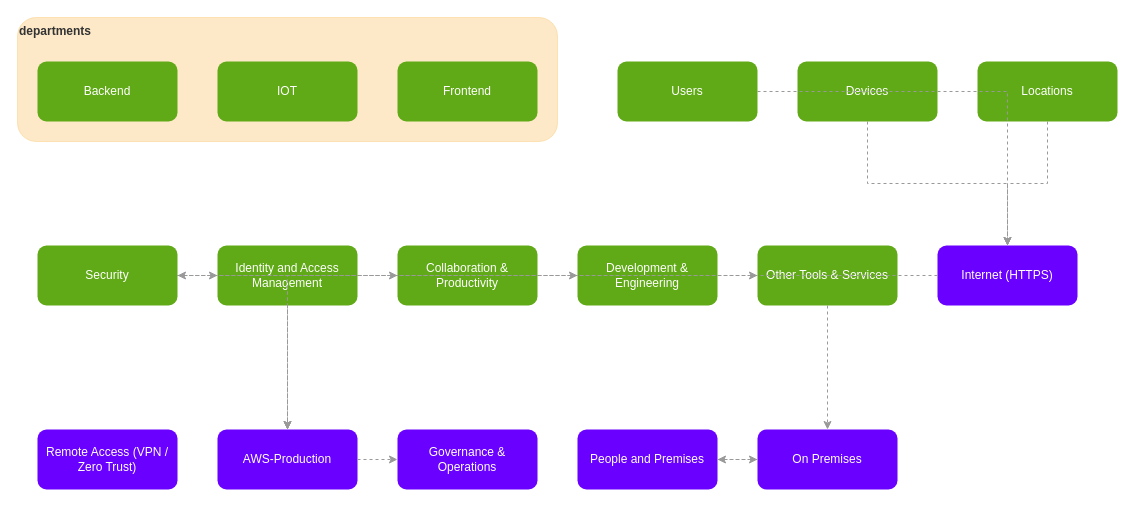
The draw.io diagram page "NTV360" (1 of 14) of architecture.drawio in honerl/company-architecture, before the edit. Source tidied: cells renumbered, new cells numbered last; positions are measured from the earlier drawing's top-left corner, leaving out a move shared by most shapes. Both pictures are drawn from the tidied source at 100%, with x=0, y=0 at pixel (17, 17).
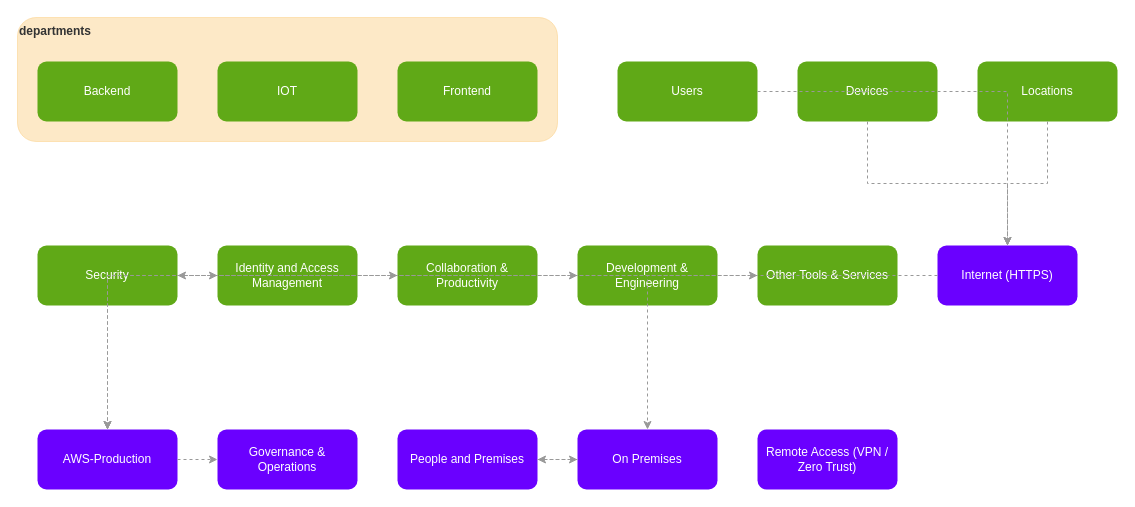
The same page after the edit.

Unchanged cells that the change refers to:
```xml
<mxCell id="7" value="Identity and Access Management" style="rounded=1;whiteSpace=wrap;html=1;fillColor=#60a917;fontColor=#ffffff;strokeColor=none;" parent="1" vertex="1">
  <mxGeometry x="200" y="228" width="140" height="60" as="geometry" />
</mxCell>
<mxCell id="8" value="Collaboration &amp; Productivity" style="rounded=1;whiteSpace=wrap;html=1;fillColor=#60a917;fontColor=#ffffff;strokeColor=none;" parent="1" vertex="1">
  <mxGeometry x="380" y="228" width="140" height="60" as="geometry" />
</mxCell>
<mxCell id="9" value="Development &amp; Engineering" style="rounded=1;whiteSpace=wrap;html=1;fillColor=#60a917;fontColor=#ffffff;strokeColor=none;" parent="1" vertex="1">
  <mxGeometry x="560" y="228" width="140" height="60" as="geometry" />
</mxCell>
<mxCell id="10" value="Other Tools &amp; Services" style="rounded=1;whiteSpace=wrap;html=1;fillColor=#60a917;fontColor=#ffffff;strokeColor=none;" parent="1" vertex="1">
  <mxGeometry x="740" y="228" width="140" height="60" as="geometry" />
</mxCell>
```

Diff of the diagram source:
```diff
@@
-    <mxCell id="15" value="Remote Access (VPN / Zero Trust)" style="rounded=1;whiteSpace=wrap;html=1;fillColor=#6a00ff;fontColor=#ffffff;strokeColor=none;" parent="1" vertex="1">
+    <mxCell id="15" value="AWS-Production" style="rounded=1;whiteSpace=wrap;html=1;fillColor=#6a00ff;fontColor=#ffffff;strokeColor=none;" parent="1" vertex="1">
       <mxGeometry x="20" y="412" width="140" height="60" as="geometry" />
     </mxCell>
-    <mxCell id="16" value="AWS-Production" style="rounded=1;whiteSpace=wrap;html=1;fillColor=#6a00ff;fontColor=#ffffff;strokeColor=none;" parent="1" vertex="1">
+    <mxCell id="16" value="Governance &amp; Operations" style="rounded=1;whiteSpace=wrap;html=1;fillColor=#6a00ff;fontColor=#ffffff;strokeColor=none;" parent="1" vertex="1">
       <mxGeometry x="200" y="412" width="140" height="60" as="geometry" />
     </mxCell>
-    <mxCell id="17" value="Governance &amp; Operations" style="rounded=1;whiteSpace=wrap;html=1;fillColor=#6a00ff;fontColor=#ffffff;strokeColor=none;" parent="1" vertex="1">
+    <mxCell id="17" value="People and Premises" style="rounded=1;whiteSpace=wrap;html=1;fillColor=#6a00ff;fontColor=#ffffff;strokeColor=none;" parent="1" vertex="1">
       <mxGeometry x="380" y="412" width="140" height="60" as="geometry" />
     </mxCell>
-    <mxCell id="18" value="People and Premises" style="rounded=1;whiteSpace=wrap;html=1;fillColor=#6a00ff;fontColor=#ffffff;strokeColor=none;" parent="1" vertex="1">
+    <mxCell id="18" value="On Premises" style="rounded=1;whiteSpace=wrap;html=1;fillColor=#6a00ff;fontColor=#ffffff;strokeColor=none;" parent="1" vertex="1">
       <mxGeometry x="560" y="412" width="140" height="60" as="geometry" />
     </mxCell>
-    <mxCell id="19" value="On Premises" style="rounded=1;whiteSpace=wrap;html=1;fillColor=#6a00ff;fontColor=#ffffff;strokeColor=none;" parent="1" vertex="1">
+    <mxCell id="19" value="Remote Access (VPN / Zero Trust)" style="rounded=1;whiteSpace=wrap;html=1;fillColor=#6a00ff;fontColor=#ffffff;strokeColor=none;" parent="1" vertex="1">
       <mxGeometry x="740" y="412" width="140" height="60" as="geometry" />
     </mxCell>
@@
-    <mxCell id="27" style="edgeStyle=orthogonalEdgeStyle;rounded=0;html=1;dashed=1;strokeColor=#999999;" parent="1" edge="1" source="7" target="16">
+    <mxCell id="27" style="edgeStyle=orthogonalEdgeStyle;rounded=0;html=1;dashed=1;strokeColor=#999999;" parent="1" edge="1" source="7" target="15">
       <mxGeometry relative="1" as="geometry" />
     </mxCell>
-    <mxCell id="28" style="edgeStyle=orthogonalEdgeStyle;rounded=0;html=1;dashed=1;strokeColor=#999999;" parent="1" edge="1" source="8" target="16">
+    <mxCell id="28" style="edgeStyle=orthogonalEdgeStyle;rounded=0;html=1;dashed=1;strokeColor=#999999;" parent="1" edge="1" source="8" target="15">
       <mxGeometry relative="1" as="geometry" />
     </mxCell>
-    <mxCell id="29" style="edgeStyle=orthogonalEdgeStyle;rounded=0;html=1;dashed=1;strokeColor=#999999;" parent="1" edge="1" source="9" target="16">
+    <mxCell id="29" style="edgeStyle=orthogonalEdgeStyle;rounded=0;html=1;dashed=1;strokeColor=#999999;" parent="1" edge="1" source="9" target="15">
       <mxGeometry relative="1" as="geometry" />
     </mxCell>
-    <mxCell id="30" style="edgeStyle=orthogonalEdgeStyle;rounded=0;html=1;dashed=1;strokeColor=#999999;" parent="1" edge="1" source="10" target="19">
+    <mxCell id="30" style="edgeStyle=orthogonalEdgeStyle;rounded=0;html=1;dashed=1;strokeColor=#999999;" parent="1" edge="1" source="10" target="18">
       <mxGeometry relative="1" as="geometry" />
     </mxCell>
@@
-    <mxCell id="32" style="edgeStyle=orthogonalEdgeStyle;rounded=0;html=1;dashed=1;strokeColor=#999999;" parent="1" edge="1" source="16" target="17">
+    <mxCell id="32" style="edgeStyle=orthogonalEdgeStyle;rounded=0;html=1;dashed=1;strokeColor=#999999;" parent="1" edge="1" source="15" target="16">
       <mxGeometry relative="1" as="geometry" />
     </mxCell>
-    <mxCell id="33" style="edgeStyle=orthogonalEdgeStyle;rounded=0;html=1;dashed=1;strokeColor=#999999;" parent="1" edge="1" source="18" target="19">
+    <mxCell id="33" style="edgeStyle=orthogonalEdgeStyle;rounded=0;html=1;dashed=1;strokeColor=#999999;" parent="1" edge="1" source="17" target="18">
       <mxGeometry relative="1" as="geometry" />
     </mxCell>
-    <mxCell id="34" style="edgeStyle=orthogonalEdgeStyle;rounded=0;html=1;dashed=1;strokeColor=#999999;" parent="1" edge="1" source="19" target="18">
+    <mxCell id="34" style="edgeStyle=orthogonalEdgeStyle;rounded=0;html=1;dashed=1;strokeColor=#999999;" parent="1" edge="1" source="18" target="17">
       <mxGeometry relative="1" as="geometry" />
     </mxCell>
```
